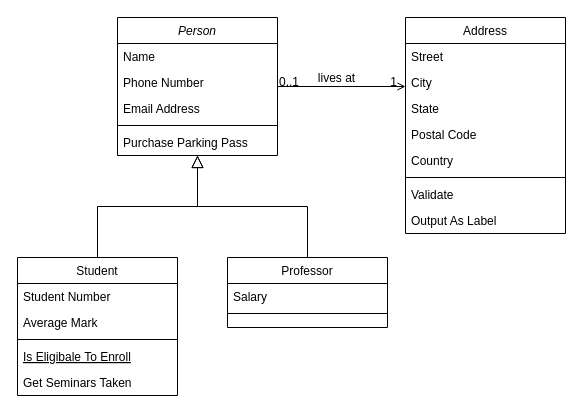
The draw.io diagram page "Page-1" (1 of 2) of Untitled Diagram.drawio in gracielexavier/grace, before the edit. Source tidied: cells renumbered, new cells numbered last; positions are measured from the earlier drawing's top-left corner, leaving out a move shared by most shapes. Both pictures are drawn from the tidied source at 100%, with x=0, y=0 at pixel (17, 17).
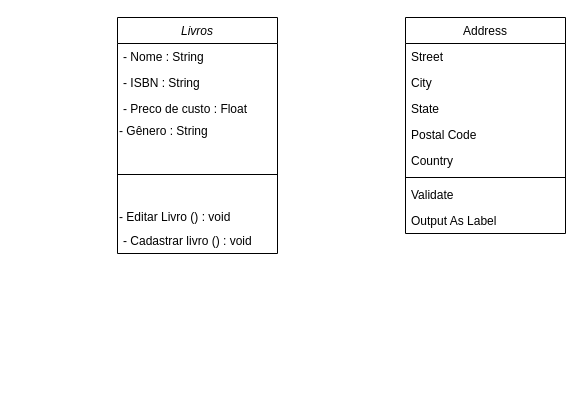
Above is the later version.

The change refers to these unchanged cells:
```xml
<mxCell id="19" value="Address" style="swimlane;fontStyle=0;align=center;verticalAlign=top;horizontal=1;startSize=26;rounded=0;shadow=0;strokeWidth=1;" parent="1" vertex="1">
  <mxGeometry x="388" width="160" height="216" as="geometry" />
</mxCell>
```

Diff of the diagram source:
```diff
@@
-    <mxCell id="2" value="Person" style="swimlane;fontStyle=2;align=center;verticalAlign=top;horizontal=1;startSize=26;rounded=0;shadow=0;strokeWidth=1;" parent="1" vertex="1">
-      <mxGeometry x="100" width="160" height="138" as="geometry" />
+    <mxCell id="2" value="Livros" style="swimlane;fontStyle=2;align=center;verticalAlign=top;horizontal=1;startSize=26;rounded=0;shadow=0;strokeWidth=1;" parent="1" vertex="1">
+      <mxGeometry x="100" width="160" height="236" as="geometry" />
     </mxCell>
-    <mxCell id="3" value="Name" style="text;align=left;verticalAlign=top;spacingLeft=4;spacingRight=4;overflow=hidden;" parent="2" vertex="1">
+    <mxCell id="3" value="- Nome : String" style="text;align=left;verticalAlign=top;spacingLeft=4;spacingRight=4;overflow=hidden;" parent="2" vertex="1">
       <mxGeometry y="26" width="160" height="26" as="geometry" />
     </mxCell>
-    <mxCell id="4" value="Phone Number" style="text;align=left;verticalAlign=top;spacingLeft=4;spacingRight=4;overflow=hidden;rounded=0;shadow=0;html=0;" parent="2" vertex="1">
+    <mxCell id="4" value="- ISBN : String" style="text;align=left;verticalAlign=top;spacingLeft=4;spacingRight=4;overflow=hidden;rounded=0;shadow=0;html=0;" parent="2" vertex="1">
       <mxGeometry y="52" width="160" height="26" as="geometry" />
     </mxCell>
-    <mxCell id="5" value="Email Address" style="text;align=left;verticalAlign=top;spacingLeft=4;spacingRight=4;overflow=hidden;rounded=0;shadow=0;html=0;" parent="2" vertex="1">
+    <mxCell id="5" value="- Preco de custo : Float" style="text;align=left;verticalAlign=top;spacingLeft=4;spacingRight=4;overflow=hidden;rounded=0;shadow=0;html=0;" parent="2" vertex="1">
       <mxGeometry y="78" width="160" height="26" as="geometry" />
     </mxCell>
+    <mxCell id="32" value="- Gênero : String&amp;nbsp;" style="text;html=1;align=left;verticalAlign=middle;" parent="2" vertex="1">
+      <mxGeometry y="104" width="160" height="20" as="geometry" />
+    </mxCell>
     <mxCell id="6" style="line;html=1;strokeWidth=1;align=left;verticalAlign=middle;spacingTop=-1;spacingLeft=3;spacingRight=3;labelPosition=right;" parent="2" vertex="1">
-      <mxGeometry y="104" width="160" height="8" as="geometry" />
+      <mxGeometry y="124" width="160" height="66" as="geometry" />
     </mxCell>
+    <mxCell id="33" value="- Editar Livro () : void" style="text;html=1;align=left;verticalAlign=middle;" parent="2" vertex="1">
+      <mxGeometry y="190" width="160" height="20" as="geometry" />
+    </mxCell>
-    <mxCell id="7" value="Purchase Parking Pass" style="text;align=left;verticalAlign=top;spacingLeft=4;spacingRight=4;overflow=hidden;" parent="2" vertex="1">
-      <mxGeometry y="112" width="160" height="26" as="geometry" />
+    <mxCell id="7" value="- Cadastrar livro () : void" style="text;align=left;verticalAlign=top;spacingLeft=4;spacingRight=4;overflow=hidden;" parent="2" vertex="1">
+      <mxGeometry y="210" width="160" height="26" as="geometry" />
     </mxCell>
-    <mxCell id="8" value="Student" style="swimlane;fontStyle=0;align=center;verticalAlign=top;horizontal=1;startSize=26;rounded=0;shadow=0;strokeWidth=1;" parent="1" vertex="1">
-      <mxGeometry y="240" width="160" height="138" as="geometry" />
-    </mxCell>
-    <mxCell id="9" value="Student Number" style="text;align=left;verticalAlign=top;spacingLeft=4;spacingRight=4;overflow=hidden;" parent="8" vertex="1">
-      <mxGeometry y="26" width="160" height="26" as="geometry" />
-    </mxCell>
-    <mxCell id="10" value="Average Mark" style="text;align=left;verticalAlign=top;spacingLeft=4;spacingRight=4;overflow=hidden;rounded=0;shadow=0;html=0;" parent="8" vertex="1">
-      <mxGeometry y="52" width="160" height="26" as="geometry" />
-    </mxCell>
-    <mxCell id="11" style="line;html=1;strokeWidth=1;align=left;verticalAlign=middle;spacingTop=-1;spacingLeft=3;spacingRight=3;labelPosition=right;" parent="8" vertex="1">
-      <mxGeometry y="78" width="160" height="8" as="geometry" />
-    </mxCell>
-    <mxCell id="12" value="Is Eligibale To Enroll" style="text;align=left;verticalAlign=top;spacingLeft=4;spacingRight=4;overflow=hidden;fontStyle=4;" parent="8" vertex="1">
-      <mxGeometry y="86" width="160" height="26" as="geometry" />
-    </mxCell>
-    <mxCell id="13" value="Get Seminars Taken" style="text;align=left;verticalAlign=top;spacingLeft=4;spacingRight=4;overflow=hidden;" parent="8" vertex="1">
-      <mxGeometry y="112" width="160" height="26" as="geometry" />
-    </mxCell>
-    <mxCell id="14" style="endArrow=block;endSize=10;endFill=0;shadow=0;strokeWidth=1;rounded=0;edgeStyle=elbowEdgeStyle;elbow=vertical;" parent="1" edge="1" source="8" target="2">
-      <mxGeometry relative="1" as="geometry" />
-    </mxCell>
-    <mxCell id="15" value="Professor" style="swimlane;fontStyle=0;align=center;verticalAlign=top;horizontal=1;startSize=26;rounded=0;shadow=0;strokeWidth=1;" parent="1" vertex="1">
-      <mxGeometry x="210" y="240" width="160" height="70" as="geometry" />
-    </mxCell>
-    <mxCell id="16" value="Salary" style="text;align=left;verticalAlign=top;spacingLeft=4;spacingRight=4;overflow=hidden;" parent="15" vertex="1">
-      <mxGeometry y="26" width="160" height="26" as="geometry" />
-    </mxCell>
-    <mxCell id="17" style="line;html=1;strokeWidth=1;align=left;verticalAlign=middle;spacingTop=-1;spacingLeft=3;spacingRight=3;labelPosition=right;" parent="15" vertex="1">
-      <mxGeometry y="52" width="160" height="8" as="geometry" />
-    </mxCell>
-    <mxCell id="18" style="endArrow=block;endSize=10;endFill=0;shadow=0;strokeWidth=1;rounded=0;edgeStyle=elbowEdgeStyle;elbow=vertical;" parent="1" edge="1" source="15" target="2">
-      <mxGeometry relative="1" as="geometry" />
-    </mxCell>
@@
-    <mxCell id="28" style="endArrow=open;shadow=0;strokeWidth=1;rounded=0;endFill=1;edgeStyle=elbowEdgeStyle;elbow=vertical;" parent="1" edge="1" source="2" target="19">
-      <mxGeometry x="0.5" y="41" relative="1" as="geometry">
-        <mxPoint x="-40" y="32" as="offset" />
-      </mxGeometry>
-    </mxCell>
-    <mxCell id="29" value="0..1" style="align=left;verticalAlign=bottom;labelBackgroundColor=none;fontSize=12;" parent="28" vertex="1">
-      <mxGeometry x="-1" relative="1" as="geometry">
-        <mxPoint y="4" as="offset" />
-      </mxGeometry>
-    </mxCell>
-    <mxCell id="30" value="1" style="align=right;verticalAlign=bottom;labelBackgroundColor=none;fontSize=12;" parent="28" vertex="1">
-      <mxGeometry x="1" relative="1" as="geometry">
-        <mxPoint x="-7" y="4" as="offset" />
-      </mxGeometry>
-    </mxCell>
-    <mxCell id="31" value="lives at" style="text;html=1;align=center;verticalAlign=middle;labelBackgroundColor=none;rounded=0;shadow=0;strokeWidth=1;fontSize=12;" parent="28" vertex="1">
-      <mxGeometry x="0.5" y="49" relative="1" as="geometry">
-        <mxPoint x="-38" y="40" as="offset" />
-      </mxGeometry>
-    </mxCell>
```
